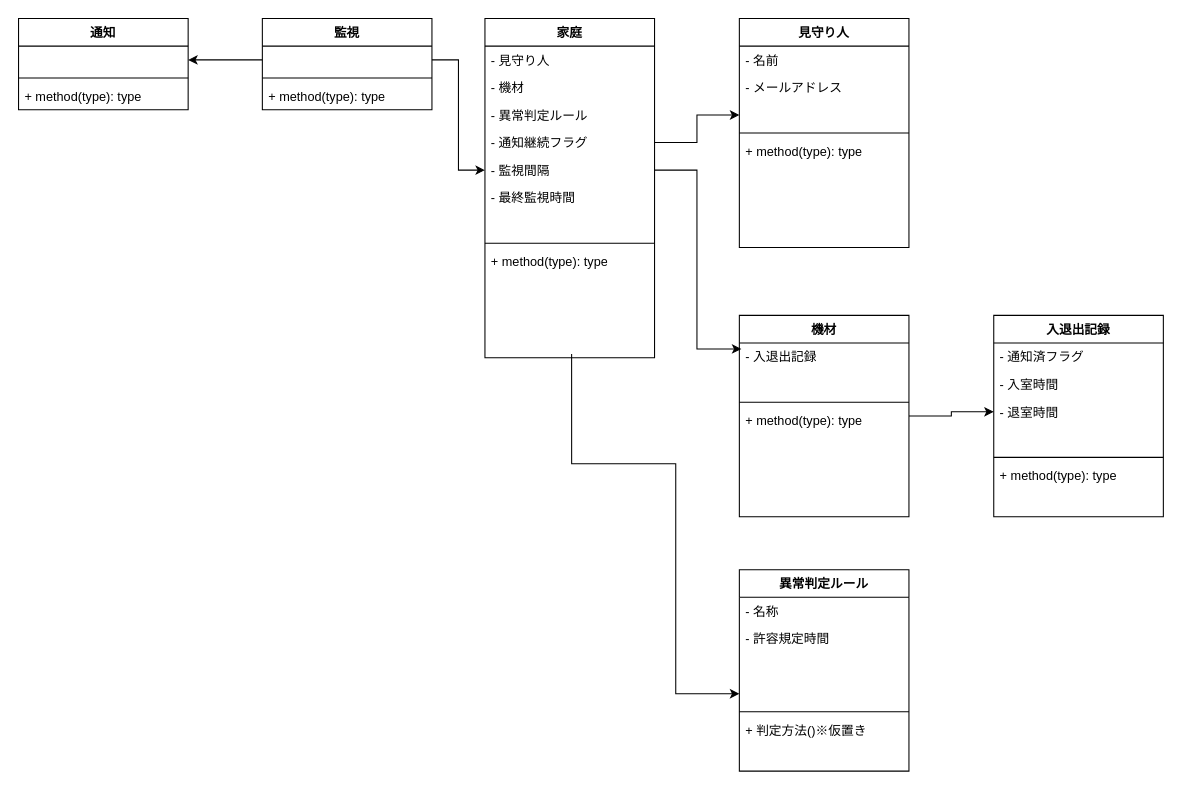
The draw.io diagram page "論理名" (2 of 2) of uml/class.drawio in websuke/mimamori, before the edit. Source tidied: cells renumbered, new cells numbered last; positions are measured from the earlier drawing's top-left corner, leaving out a move shared by most shapes. Both pictures are drawn from the tidied source at 106%, with x=0, y=0 at pixel (18, 18).
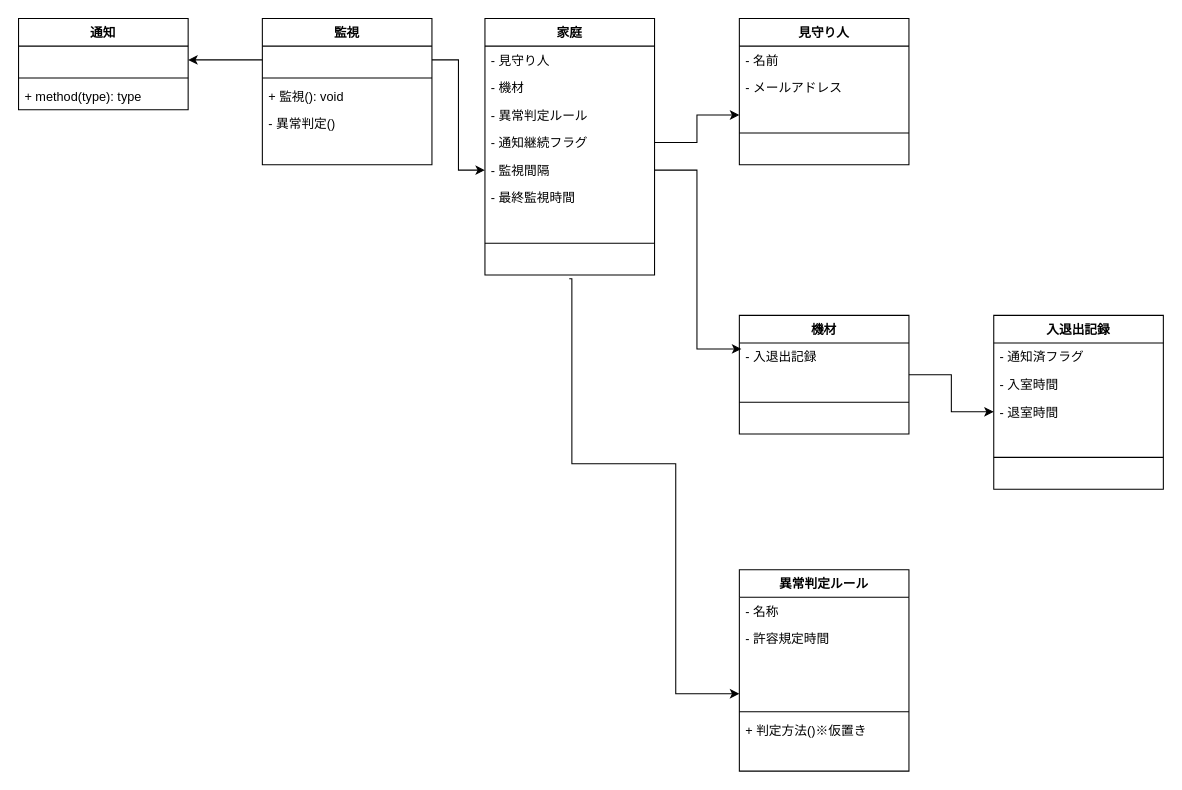
Above is the later version.

Commit message (it also covers changes not shown here):
クラス図修正

The change refers to these unchanged cells:
```xml
<mxCell id="47" style="text;strokeColor=none;fillColor=none;align=left;verticalAlign=top;spacingLeft=4;spacingRight=4;overflow=hidden;points=[[0,0.5],[1,0.5]];portConstraint=eastwest;whiteSpace=wrap;html=1;" parent="43" vertex="1">
  <mxGeometry y="104" width="160" height="26" as="geometry" />
</mxCell>
```

Diff of the diagram source:
```diff
@@
     <mxCell id="2" value="家庭" style="swimlane;fontStyle=1;align=center;verticalAlign=top;horizontal=1;startSize=26;whiteSpace=wrap;html=1;" parent="1" vertex="1">
-      <mxGeometry x="440" width="160" height="320" as="geometry" />
+      <mxGeometry x="440" width="160" height="242" as="geometry" />
     </mxCell>
@@
-    <mxCell id="11" value="+ method(type): type" style="text;strokeColor=none;fillColor=none;align=left;verticalAlign=top;spacingLeft=4;spacingRight=4;overflow=hidden;whiteSpace=wrap;html=1;" parent="2" vertex="1">
-      <mxGeometry y="216" width="160" height="26" as="geometry" />
-    </mxCell>
-    <mxCell id="12" style="text;strokeColor=none;fillColor=none;align=left;verticalAlign=top;spacingLeft=4;spacingRight=4;overflow=hidden;whiteSpace=wrap;html=1;" parent="2" vertex="1">
-      <mxGeometry y="242" width="160" height="26" as="geometry" />
-    </mxCell>
-    <mxCell id="13" style="text;strokeColor=none;fillColor=none;align=left;verticalAlign=top;spacingLeft=4;spacingRight=4;overflow=hidden;whiteSpace=wrap;html=1;" parent="2" vertex="1">
-      <mxGeometry y="268" width="160" height="26" as="geometry" />
-    </mxCell>
     <mxCell id="14" style="text;strokeColor=none;fillColor=none;align=left;verticalAlign=top;spacingLeft=4;spacingRight=4;overflow=hidden;points=[[0,0.5],[1,0.5]];portConstraint=eastwest;whiteSpace=wrap;html=1;" parent="2" vertex="1">
-      <mxGeometry y="294" width="160" height="26" as="geometry" />
+      <mxGeometry y="216" width="160" height="26" as="geometry" />
     </mxCell>
     <mxCell id="15" value="見守り人" style="swimlane;fontStyle=1;align=center;verticalAlign=top;horizontal=1;startSize=26;whiteSpace=wrap;html=1;" parent="1" vertex="1">
-      <mxGeometry x="680" width="160" height="216" as="geometry" />
+      <mxGeometry x="680" width="160" height="138" as="geometry" />
     </mxCell>
@@
-    <mxCell id="20" value="+ method(type): type" style="text;strokeColor=none;fillColor=none;align=left;verticalAlign=top;spacingLeft=4;spacingRight=4;overflow=hidden;whiteSpace=wrap;html=1;" parent="15" vertex="1">
-      <mxGeometry y="112" width="160" height="26" as="geometry" />
-    </mxCell>
-    <mxCell id="21" style="text;strokeColor=none;fillColor=none;align=left;verticalAlign=top;spacingLeft=4;spacingRight=4;overflow=hidden;whiteSpace=wrap;html=1;" parent="15" vertex="1">
-      <mxGeometry y="138" width="160" height="26" as="geometry" />
-    </mxCell>
-    <mxCell id="22" style="text;strokeColor=none;fillColor=none;align=left;verticalAlign=top;spacingLeft=4;spacingRight=4;overflow=hidden;whiteSpace=wrap;html=1;" parent="15" vertex="1">
-      <mxGeometry y="164" width="160" height="26" as="geometry" />
-    </mxCell>
     <mxCell id="23" style="text;strokeColor=none;fillColor=none;align=left;verticalAlign=top;spacingLeft=4;spacingRight=4;overflow=hidden;whiteSpace=wrap;html=1;" parent="15" vertex="1">
-      <mxGeometry y="190" width="160" height="26" as="geometry" />
+      <mxGeometry y="112" width="160" height="26" as="geometry" />
     </mxCell>
     <mxCell id="24" value="機材" style="swimlane;fontStyle=1;align=center;verticalAlign=top;horizontal=1;startSize=26;whiteSpace=wrap;html=1;" parent="1" vertex="1">
-      <mxGeometry x="680" y="280" width="160" height="190" as="geometry" />
+      <mxGeometry x="680" y="280" width="160" height="112" as="geometry" />
     </mxCell>
@@
-    <mxCell id="28" value="+ method(type): type" style="text;strokeColor=none;fillColor=none;align=left;verticalAlign=top;spacingLeft=4;spacingRight=4;overflow=hidden;whiteSpace=wrap;html=1;" parent="24" vertex="1">
-      <mxGeometry y="86" width="160" height="26" as="geometry" />
-    </mxCell>
-    <mxCell id="29" style="text;strokeColor=none;fillColor=none;align=left;verticalAlign=top;spacingLeft=4;spacingRight=4;overflow=hidden;whiteSpace=wrap;html=1;" parent="24" vertex="1">
-      <mxGeometry y="112" width="160" height="26" as="geometry" />
-    </mxCell>
-    <mxCell id="30" style="text;strokeColor=none;fillColor=none;align=left;verticalAlign=top;spacingLeft=4;spacingRight=4;overflow=hidden;whiteSpace=wrap;html=1;" parent="24" vertex="1">
-      <mxGeometry y="138" width="160" height="26" as="geometry" />
-    </mxCell>
     <mxCell id="31" style="text;strokeColor=none;fillColor=none;align=left;verticalAlign=top;spacingLeft=4;spacingRight=4;overflow=hidden;whiteSpace=wrap;html=1;" parent="24" vertex="1">
-      <mxGeometry y="164" width="160" height="26" as="geometry" />
+      <mxGeometry y="86" width="160" height="26" as="geometry" />
     </mxCell>
     <mxCell id="32" value="入退出記録" style="swimlane;fontStyle=1;align=center;verticalAlign=top;horizontal=1;startSize=26;whiteSpace=wrap;html=1;" parent="1" vertex="1">
-      <mxGeometry x="920" y="280" width="160" height="190" as="geometry" />
+      <mxGeometry x="920" y="280" width="160" height="164" as="geometry" />
     </mxCell>
@@
-    <mxCell id="38" value="+ method(type): type" style="text;strokeColor=none;fillColor=none;align=left;verticalAlign=top;spacingLeft=4;spacingRight=4;overflow=hidden;whiteSpace=wrap;html=1;" parent="32" vertex="1">
-      <mxGeometry y="138" width="160" height="26" as="geometry" />
-    </mxCell>
     <mxCell id="39" style="text;strokeColor=none;fillColor=none;align=left;verticalAlign=top;spacingLeft=4;spacingRight=4;overflow=hidden;whiteSpace=wrap;html=1;" parent="32" vertex="1">
-      <mxGeometry y="164" width="160" height="26" as="geometry" />
+      <mxGeometry y="138" width="160" height="26" as="geometry" />
     </mxCell>
@@
-    <mxCell id="51" style="edgeStyle=orthogonalEdgeStyle;rounded=0;jettySize=auto;html=1;entryX=0;entryY=0.5;entryDx=0;entryDy=0;exitX=0.511;exitY=0.862;exitDx=0;exitDy=0;exitPerimeter=0;" parent="1" edge="1" source="14" target="47">
+    <mxCell id="51" style="edgeStyle=orthogonalEdgeStyle;rounded=0;jettySize=auto;html=1;entryX=0;entryY=0.5;entryDx=0;entryDy=0;exitX=0.497;exitY=1.132;exitDx=0;exitDy=0;exitPerimeter=0;" parent="1" edge="1" source="14" target="47">
       <mxGeometry relative="1" as="geometry">
         <Array as="points">
+          <mxPoint x="522" y="245" />
           <mxPoint x="522" y="420" />
           <mxPoint x="620" y="420" />
           <mxPoint x="620" y="637" />
         </Array>
       </mxGeometry>
     </mxCell>
     <mxCell id="52" value="監視" style="swimlane;fontStyle=1;align=center;verticalAlign=top;horizontal=1;startSize=26;whiteSpace=wrap;html=1;" parent="1" vertex="1">
-      <mxGeometry x="230" width="160" height="86" as="geometry" />
+      <mxGeometry x="230" width="160" height="138" as="geometry" />
     </mxCell>
@@
-    <mxCell id="55" value="+ method(type): type" style="text;strokeColor=none;fillColor=none;align=left;verticalAlign=top;spacingLeft=4;spacingRight=4;overflow=hidden;whiteSpace=wrap;html=1;" parent="52" vertex="1">
+    <mxCell id="55" value="+ 監視(): void" style="text;strokeColor=none;fillColor=none;align=left;verticalAlign=top;spacingLeft=4;spacingRight=4;overflow=hidden;whiteSpace=wrap;html=1;" parent="52" vertex="1">
       <mxGeometry y="60" width="160" height="26" as="geometry" />
     </mxCell>
+    <mxCell id="62" value="- 異常判定()" style="text;strokeColor=none;fillColor=none;align=left;verticalAlign=top;spacingLeft=4;spacingRight=4;overflow=hidden;whiteSpace=wrap;html=1;" parent="52" vertex="1">
+      <mxGeometry y="86" width="160" height="26" as="geometry" />
+    </mxCell>
+    <mxCell id="29" style="text;strokeColor=none;fillColor=none;align=left;verticalAlign=top;spacingLeft=4;spacingRight=4;overflow=hidden;whiteSpace=wrap;html=1;" parent="52" vertex="1">
+      <mxGeometry y="112" width="160" height="26" as="geometry" />
+    </mxCell>
```
